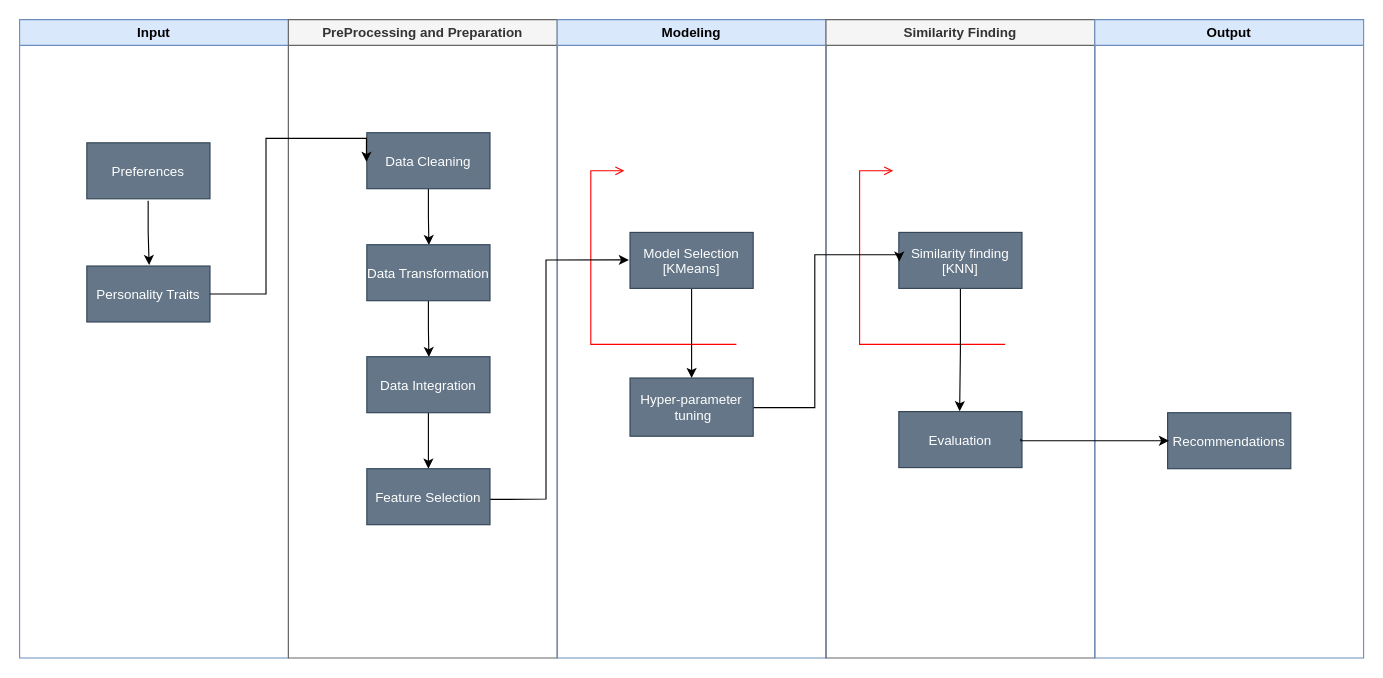
Above: RommateActivityDiagram.drawio in JohnMugambi/Files (draw.io), before the change. Source tidied: cells renumbered, new cells numbered last; positions are measured from the earlier drawing's top-left corner, leaving out a move shared by most shapes. Both pictures are drawn from the tidied source at 112%, with x=0, y=0 at pixel (19, 19).
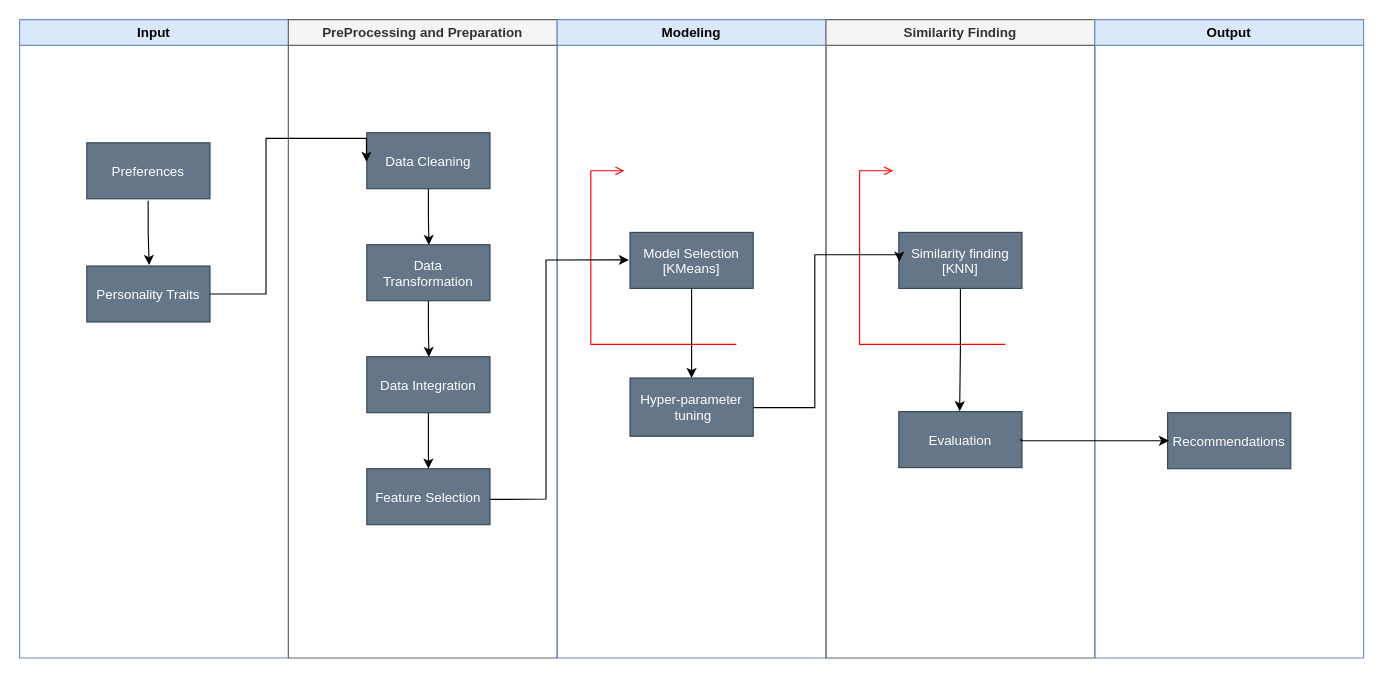
The same page after the edit.

The change refers to these unchanged cells:
```xml
<mxCell id="6" value="PreProcessing and Preparation" style="swimlane;whiteSpace=wrap;startSize=23;fillColor=#f5f5f5;fontColor=#333333;strokeColor=#666666;" parent="1" vertex="1">
  <mxGeometry x="240" width="240" height="570" as="geometry" />
</mxCell>
```

The edit, as a diff of the source:
```diff
@@
-    <mxCell id="10" value="Data Transformation" style="fillColor=#647687;fontColor=#ffffff;strokeColor=#314354;" parent="6" vertex="1">
+    <mxCell id="10" value="Data &#10;Transformation" style="fillColor=#647687;fontColor=#ffffff;strokeColor=#314354;" parent="6" vertex="1">
       <mxGeometry x="70" y="201" width="110" height="50" as="geometry" />
     </mxCell>
```
